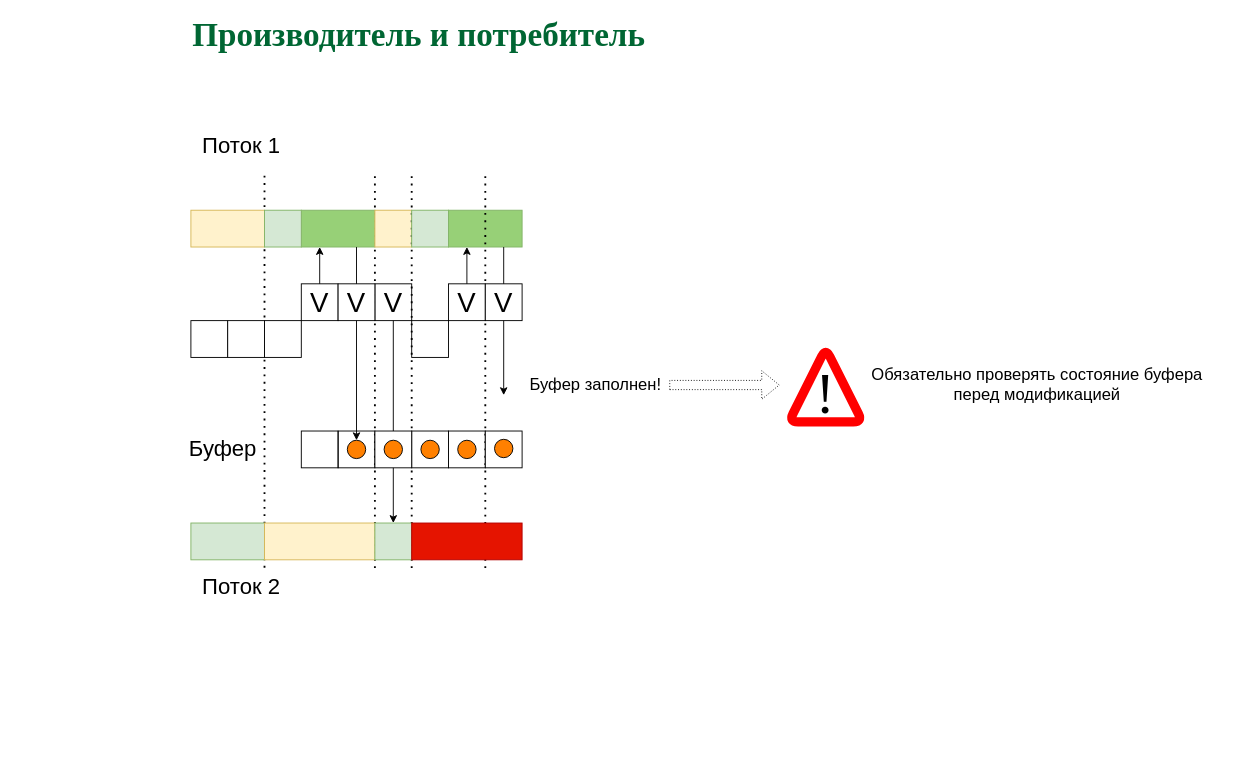
Earlier version of the draw.io diagram page "ProCon - Pro fails" (9 of 21) of slides/sync.drawio (77maxikov/os_course). Source tidied: cells renumbered, new cells numbered last; positions are measured from the earlier drawing's top-left corner, leaving out a move shared by most shapes. Both pictures are drawn from the tidied source at 92%, with x=0, y=0 at pixel (163, 26).
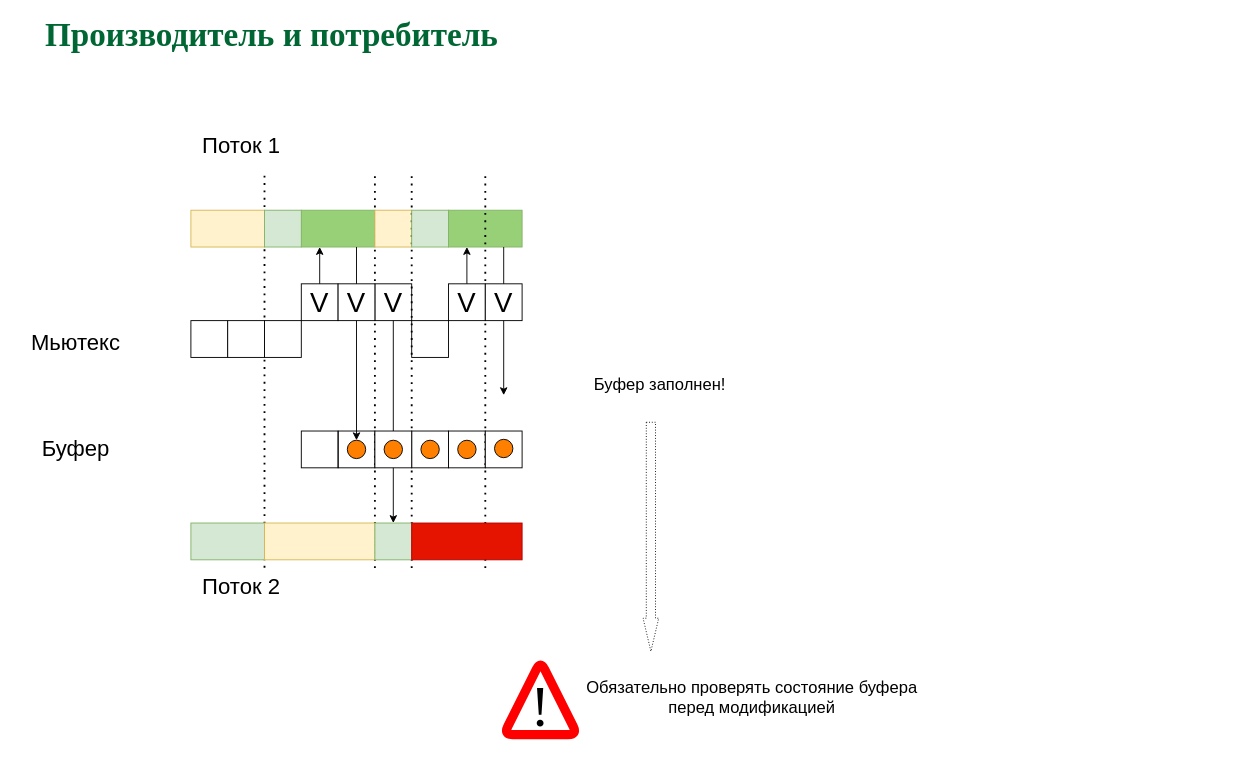
After the change.

Diff of the diagram source:
```diff
@@
     <mxCell id="15" value="&lt;font face=&quot;Garamond&quot; color=&quot;#006633&quot; size=&quot;1&quot;&gt;&lt;b style=&quot;font-size: 36px&quot;&gt;Производитель и потребитель&lt;/b&gt;&lt;/font&gt;" style="text;html=1;align=left;verticalAlign=middle;whiteSpace=wrap;rounded=0;" parent="1" vertex="1">
-      <mxGeometry x="30" width="920" height="20" as="geometry" />
+      <mxGeometry x="-130" width="920" height="20" as="geometry" />
     </mxCell>
@@
     <mxCell id="37" value="&lt;font style=&quot;font-size: 24px&quot;&gt;Буфер&lt;/font&gt;" style="text;html=1;strokeColor=none;fillColor=none;align=center;verticalAlign=middle;whiteSpace=wrap;rounded=0;" parent="1" vertex="1">
-      <mxGeometry y="450" width="130" height="20" as="geometry" />
+      <mxGeometry x="-160" y="450" width="130" height="20" as="geometry" />
     </mxCell>
@@
     <mxCell id="53" value="&lt;font style=&quot;font-size: 18px&quot;&gt;Буфер заполнен!&lt;/font&gt;" style="text;html=1;strokeColor=none;fillColor=none;align=center;verticalAlign=middle;whiteSpace=wrap;rounded=0;" parent="1" vertex="1">
-      <mxGeometry x="390" y="380" width="160" height="20" as="geometry" />
+      <mxGeometry x="460" y="380" width="160" height="20" as="geometry" />
     </mxCell>
@@
-    <mxCell id="55" style="shape=flexArrow;endArrow=classic;html=1;dashed=1;dashPattern=1 2;exitX=1;exitY=0.5;exitDx=0;exitDy=0;" parent="1" edge="1" source="53">
+    <mxCell id="55" style="shape=flexArrow;endArrow=classic;html=1;dashed=1;dashPattern=1 2;endWidth=6;endSize=11.67;" parent="1" edge="1">
       <mxGeometry relative="1" as="geometry">
-        <mxPoint x="670" y="390" as="targetPoint" />
+        <mxPoint x="530" y="430" as="sourcePoint" />
+        <mxPoint x="530" y="680" as="targetPoint" />
       </mxGeometry>
     </mxCell>
     <mxCell id="56" value="&lt;font style=&quot;font-size: 18px&quot;&gt;Обязательно проверять состояние буфера перед модификацией&lt;/font&gt;" style="text;html=1;strokeColor=none;fillColor=none;align=center;verticalAlign=middle;whiteSpace=wrap;rounded=0;" parent="1" vertex="1">
-      <mxGeometry x="750" y="380" width="400" height="20" as="geometry" />
+      <mxGeometry x="440" y="720" width="400" height="20" as="geometry" />
     </mxCell>
     <mxCell id="57" style="group;" parent="1" vertex="1">
-      <mxGeometry x="680" y="350" width="80" height="80" as="geometry" />
+      <mxGeometry x="370" y="690" width="80" height="80" as="geometry" />
     </mxCell>
@@
+    <mxCell id="60" value="&lt;font style=&quot;font-size: 24px&quot;&gt;Мьютекс&lt;/font&gt;" style="text;html=1;strokeColor=none;fillColor=none;align=center;verticalAlign=middle;whiteSpace=wrap;rounded=0;" parent="1" vertex="1">
+      <mxGeometry x="-160" y="334" width="130" height="20" as="geometry" />
+    </mxCell>
```
